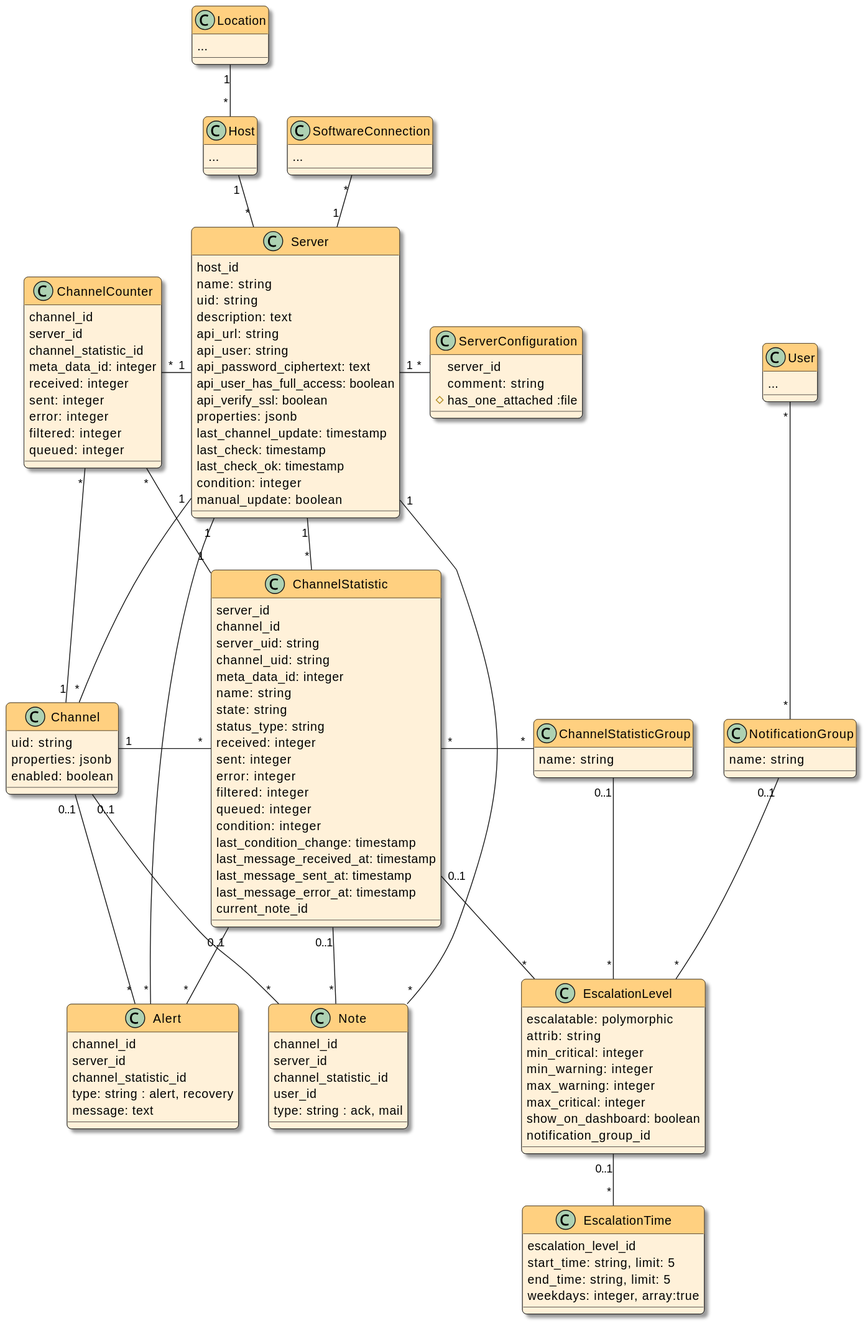
This is docs/devnotes/_images/models.svg from swobspace/mirco, a PlantUML export, as it was before one commit.
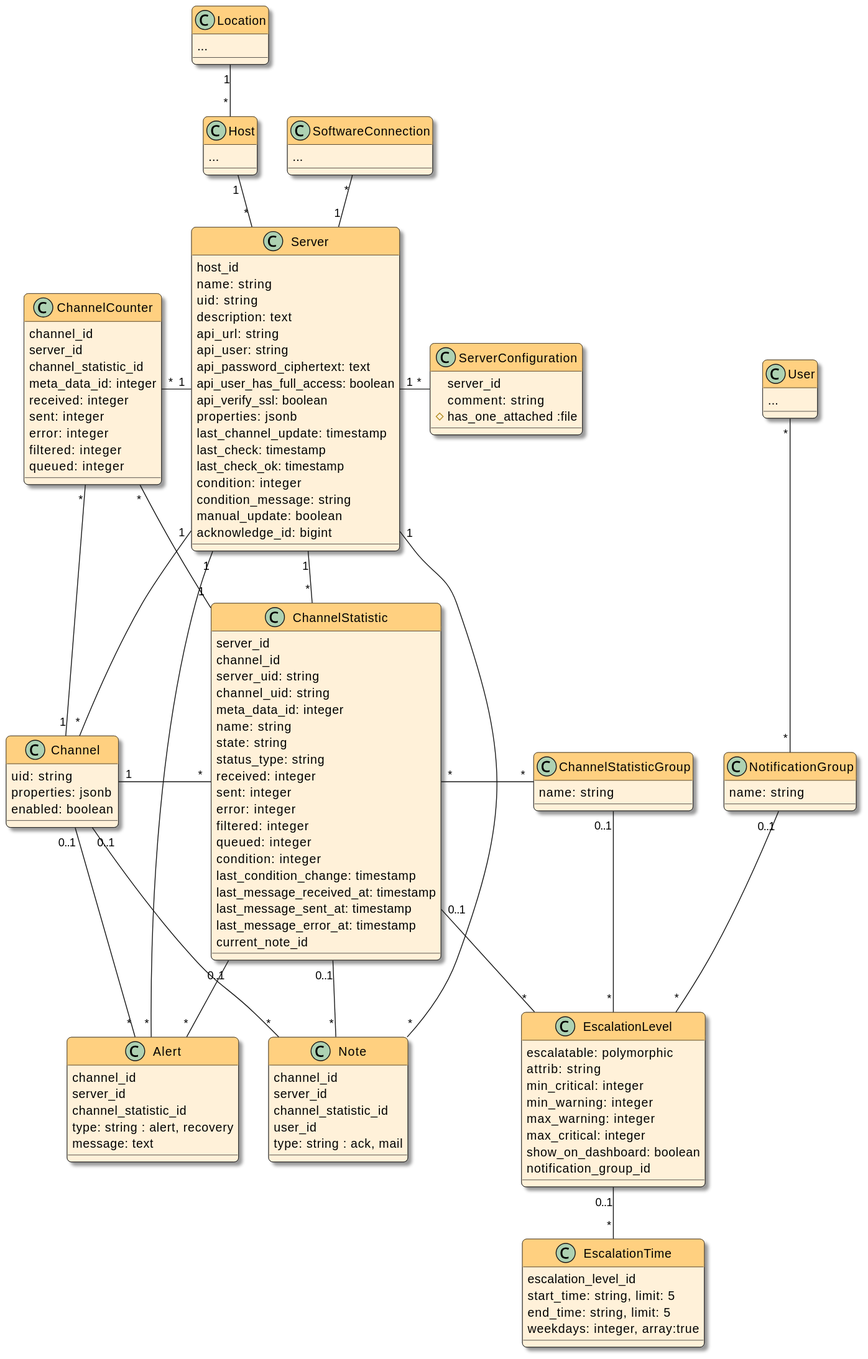
The same file after the commit.

The edit, as a diff of the source:
```diff
@@ -32,7 +32,9 @@
   last_check: timestamp
   last_check_ok: timestamp
   condition: integer
+  condition_message: string
   manual_update: boolean
+  acknowledge_id: bigint
 }
 
 class Channel {
```
